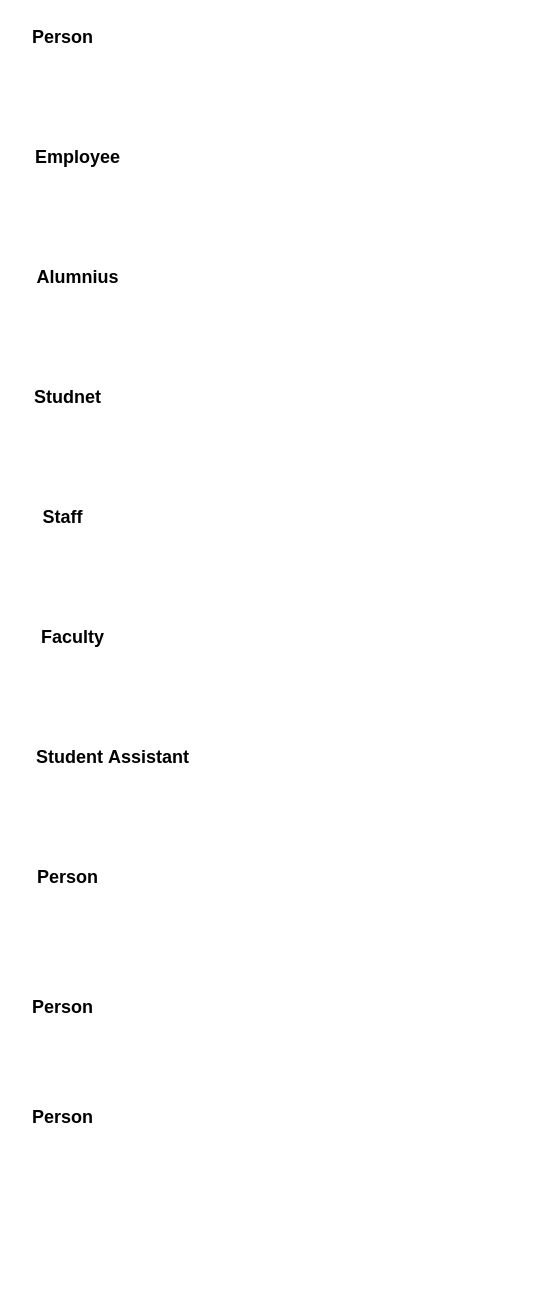
RileyMoore01/Portfolio keeps this draw.io diagram as UML/EER3.drawio. Above is the earlier version. Source tidied: cells renumbered, new cells numbered last; positions are measured from the earlier drawing's top-left corner, leaving out a move shared by most shapes. Both pictures are drawn from the tidied source at 100%, with x=0, y=0 at pixel (22, 17).
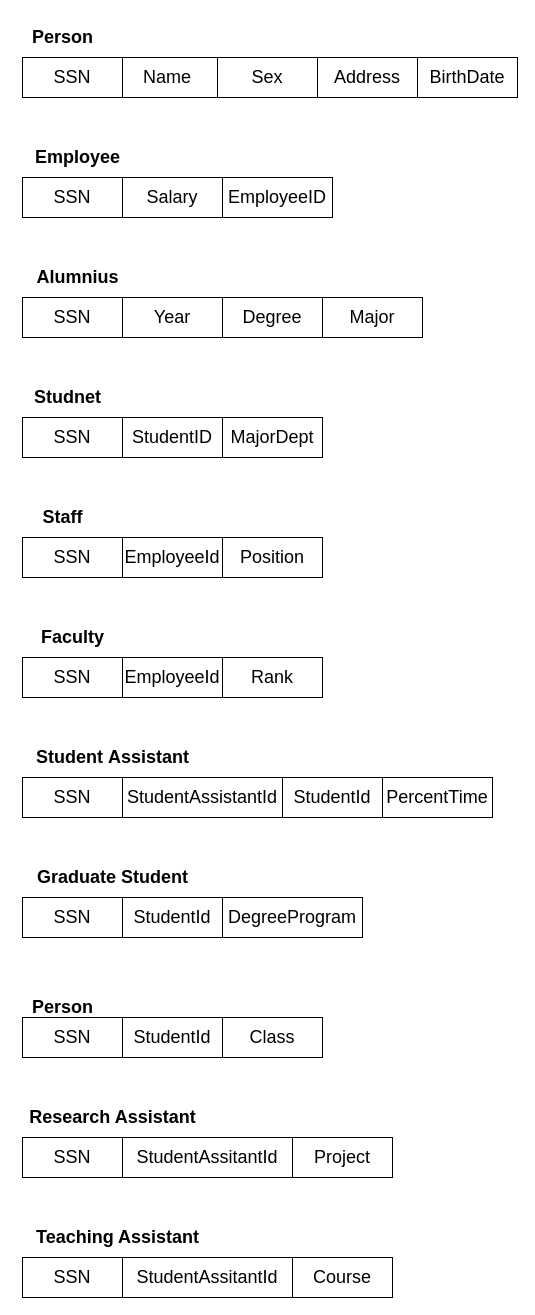
Above is the later version.

Change to the diagram source:
```diff
@@
-    <mxCell id="10" value="&lt;b&gt;&lt;font style=&quot;font-size: 18px;&quot;&gt;Person&lt;/font&gt;&lt;/b&gt;" style="text;html=1;align=center;verticalAlign=middle;strokeColor=none;fillColor=none;" parent="1" vertex="1">
-      <mxGeometry y="1080" width="80" height="40" as="geometry" />
+    <mxCell id="10" value="&lt;b&gt;&lt;font style=&quot;font-size: 18px;&quot;&gt;Research Assistant&lt;/font&gt;&lt;/b&gt;" style="text;html=1;align=center;verticalAlign=middle;strokeColor=none;fillColor=none;" parent="1" vertex="1">
+      <mxGeometry x="-5" y="1080" width="190" height="40" as="geometry" />
     </mxCell>
-    <mxCell id="11" value="&lt;b&gt;&lt;font style=&quot;font-size: 18px;&quot;&gt;Person&lt;/font&gt;&lt;/b&gt;" style="text;html=1;align=center;verticalAlign=middle;strokeColor=none;fillColor=none;" parent="1" vertex="1">
-      <mxGeometry x="5" y="840" width="80" height="40" as="geometry" />
+    <mxCell id="11" value="&lt;b&gt;&lt;font style=&quot;font-size: 18px;&quot;&gt;Graduate Student&lt;/font&gt;&lt;/b&gt;" style="text;html=1;align=center;verticalAlign=middle;strokeColor=none;fillColor=none;" parent="1" vertex="1">
+      <mxGeometry x="5" y="840" width="170" height="40" as="geometry" />
     </mxCell>
+    <mxCell id="12" value="SSN" style="whiteSpace=wrap;html=1;align=center;fontSize=18;" parent="1" vertex="1">
+      <mxGeometry y="160" width="100" height="40" as="geometry" />
+    </mxCell>
+    <mxCell id="13" value="BirthDate" style="whiteSpace=wrap;html=1;align=center;fontSize=18;" parent="1" vertex="1">
+      <mxGeometry x="395" y="40" width="100" height="40" as="geometry" />
+    </mxCell>
+    <mxCell id="14" value="Address" style="whiteSpace=wrap;html=1;align=center;fontSize=18;" parent="1" vertex="1">
+      <mxGeometry x="295" y="40" width="100" height="40" as="geometry" />
+    </mxCell>
+    <mxCell id="15" value="Sex" style="whiteSpace=wrap;html=1;align=center;fontSize=18;" parent="1" vertex="1">
+      <mxGeometry x="195" y="40" width="100" height="40" as="geometry" />
+    </mxCell>
+    <mxCell id="16" value="Name" style="whiteSpace=wrap;html=1;align=center;fontSize=18;" parent="1" vertex="1">
+      <mxGeometry x="95" y="40" width="100" height="40" as="geometry" />
+    </mxCell>
+    <mxCell id="17" value="SSN" style="whiteSpace=wrap;html=1;align=center;fontSize=18;" parent="1" vertex="1">
+      <mxGeometry y="40" width="100" height="40" as="geometry" />
+    </mxCell>
+    <mxCell id="18" value="MajorDept" style="whiteSpace=wrap;html=1;align=center;fontSize=18;" parent="1" vertex="1">
+      <mxGeometry x="200" y="400" width="100" height="40" as="geometry" />
+    </mxCell>
+    <mxCell id="19" value="StudentID" style="whiteSpace=wrap;html=1;align=center;fontSize=18;" parent="1" vertex="1">
+      <mxGeometry x="100" y="400" width="100" height="40" as="geometry" />
+    </mxCell>
+    <mxCell id="20" value="SSN" style="whiteSpace=wrap;html=1;align=center;fontSize=18;" parent="1" vertex="1">
+      <mxGeometry y="400" width="100" height="40" as="geometry" />
+    </mxCell>
+    <mxCell id="21" value="Major" style="whiteSpace=wrap;html=1;align=center;fontSize=18;" parent="1" vertex="1">
+      <mxGeometry x="300" y="280" width="100" height="40" as="geometry" />
+    </mxCell>
+    <mxCell id="22" value="Degree" style="whiteSpace=wrap;html=1;align=center;fontSize=18;" parent="1" vertex="1">
+      <mxGeometry x="200" y="280" width="100" height="40" as="geometry" />
+    </mxCell>
+    <mxCell id="23" value="Year" style="whiteSpace=wrap;html=1;align=center;fontSize=18;" parent="1" vertex="1">
+      <mxGeometry x="100" y="280" width="100" height="40" as="geometry" />
+    </mxCell>
+    <mxCell id="24" value="SSN" style="whiteSpace=wrap;html=1;align=center;fontSize=18;" parent="1" vertex="1">
+      <mxGeometry y="280" width="100" height="40" as="geometry" />
+    </mxCell>
+    <mxCell id="25" value="EmployeeID" style="whiteSpace=wrap;html=1;align=center;fontSize=18;" parent="1" vertex="1">
+      <mxGeometry x="200" y="160" width="110" height="40" as="geometry" />
+    </mxCell>
+    <mxCell id="26" value="Salary" style="whiteSpace=wrap;html=1;align=center;fontSize=18;" parent="1" vertex="1">
+      <mxGeometry x="100" y="160" width="100" height="40" as="geometry" />
+    </mxCell>
+    <mxCell id="27" value="PercentTime" style="whiteSpace=wrap;html=1;align=center;fontSize=18;" parent="1" vertex="1">
+      <mxGeometry x="360" y="760" width="110" height="40" as="geometry" />
+    </mxCell>
+    <mxCell id="28" value="StudentId" style="whiteSpace=wrap;html=1;align=center;fontSize=18;" parent="1" vertex="1">
+      <mxGeometry x="260" y="760" width="100" height="40" as="geometry" />
+    </mxCell>
+    <mxCell id="29" value="StudentAssistantId" style="whiteSpace=wrap;html=1;align=center;fontSize=18;" parent="1" vertex="1">
+      <mxGeometry x="100" y="760" width="160" height="40" as="geometry" />
+    </mxCell>
+    <mxCell id="30" value="SSN" style="whiteSpace=wrap;html=1;align=center;fontSize=18;" parent="1" vertex="1">
+      <mxGeometry y="760" width="100" height="40" as="geometry" />
+    </mxCell>
+    <mxCell id="31" value="Position" style="whiteSpace=wrap;html=1;align=center;fontSize=18;" parent="1" vertex="1">
+      <mxGeometry x="200" y="520" width="100" height="40" as="geometry" />
+    </mxCell>
+    <mxCell id="32" value="EmployeeId" style="whiteSpace=wrap;html=1;align=center;fontSize=18;" parent="1" vertex="1">
+      <mxGeometry x="100" y="520" width="100" height="40" as="geometry" />
+    </mxCell>
+    <mxCell id="33" value="SSN" style="whiteSpace=wrap;html=1;align=center;fontSize=18;" parent="1" vertex="1">
+      <mxGeometry y="520" width="100" height="40" as="geometry" />
+    </mxCell>
+    <mxCell id="34" value="Rank" style="whiteSpace=wrap;html=1;align=center;fontSize=18;" parent="1" vertex="1">
+      <mxGeometry x="200" y="640" width="100" height="40" as="geometry" />
+    </mxCell>
+    <mxCell id="35" value="EmployeeId" style="whiteSpace=wrap;html=1;align=center;fontSize=18;" parent="1" vertex="1">
+      <mxGeometry x="100" y="640" width="100" height="40" as="geometry" />
+    </mxCell>
+    <mxCell id="36" value="SSN" style="whiteSpace=wrap;html=1;align=center;fontSize=18;" parent="1" vertex="1">
+      <mxGeometry y="640" width="100" height="40" as="geometry" />
+    </mxCell>
+    <mxCell id="37" value="DegreeProgram" style="whiteSpace=wrap;html=1;align=center;fontSize=18;" parent="1" vertex="1">
+      <mxGeometry x="200" y="880" width="140" height="40" as="geometry" />
+    </mxCell>
+    <mxCell id="38" value="StudentId" style="whiteSpace=wrap;html=1;align=center;fontSize=18;" parent="1" vertex="1">
+      <mxGeometry x="100" y="880" width="100" height="40" as="geometry" />
+    </mxCell>
+    <mxCell id="39" value="SSN" style="whiteSpace=wrap;html=1;align=center;fontSize=18;" parent="1" vertex="1">
+      <mxGeometry y="880" width="100" height="40" as="geometry" />
+    </mxCell>
+    <mxCell id="40" value="Class" style="whiteSpace=wrap;html=1;align=center;fontSize=18;" parent="1" vertex="1">
+      <mxGeometry x="200" y="1000" width="100" height="40" as="geometry" />
+    </mxCell>
+    <mxCell id="41" value="StudentId" style="whiteSpace=wrap;html=1;align=center;fontSize=18;" parent="1" vertex="1">
+      <mxGeometry x="100" y="1000" width="100" height="40" as="geometry" />
+    </mxCell>
+    <mxCell id="42" value="SSN" style="whiteSpace=wrap;html=1;align=center;fontSize=18;" parent="1" vertex="1">
+      <mxGeometry y="1000" width="100" height="40" as="geometry" />
+    </mxCell>
+    <mxCell id="43" value="Project" style="whiteSpace=wrap;html=1;align=center;fontSize=18;" parent="1" vertex="1">
+      <mxGeometry x="270" y="1120" width="100" height="40" as="geometry" />
+    </mxCell>
+    <mxCell id="44" value="StudentAssitantId" style="whiteSpace=wrap;html=1;align=center;fontSize=18;" parent="1" vertex="1">
+      <mxGeometry x="100" y="1120" width="170" height="40" as="geometry" />
+    </mxCell>
+    <mxCell id="45" value="SSN" style="whiteSpace=wrap;html=1;align=center;fontSize=18;" parent="1" vertex="1">
+      <mxGeometry y="1120" width="100" height="40" as="geometry" />
+    </mxCell>
+    <mxCell id="46" value="&lt;b&gt;&lt;font style=&quot;font-size: 18px;&quot;&gt;Teaching Assistant&lt;/font&gt;&lt;/b&gt;" style="text;html=1;align=center;verticalAlign=middle;strokeColor=none;fillColor=none;" parent="1" vertex="1">
+      <mxGeometry y="1200" width="190" height="40" as="geometry" />
+    </mxCell>
+    <mxCell id="47" value="Course" style="whiteSpace=wrap;html=1;align=center;fontSize=18;" parent="1" vertex="1">
+      <mxGeometry x="270" y="1240" width="100" height="40" as="geometry" />
+    </mxCell>
+    <mxCell id="48" value="StudentAssitantId" style="whiteSpace=wrap;html=1;align=center;fontSize=18;" parent="1" vertex="1">
+      <mxGeometry x="100" y="1240" width="170" height="40" as="geometry" />
+    </mxCell>
+    <mxCell id="49" value="SSN" style="whiteSpace=wrap;html=1;align=center;fontSize=18;" parent="1" vertex="1">
+      <mxGeometry y="1240" width="100" height="40" as="geometry" />
+    </mxCell>
```
